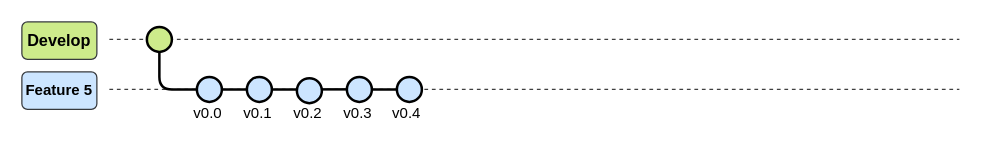
The draw.io diagram page "Feature5" (2 of 2) of 03_ImagenesRepo/01_GitFlow.drawio in LEOSZ8/Tesis_Msc_LSZ, before the edit. Source tidied: cells renumbered, new cells numbered last; positions are measured from the earlier drawing's top-left corner, leaving out a move shared by most shapes. Both pictures are drawn from the tidied source at 125%, with x=0, y=0 at pixel (21, 21).
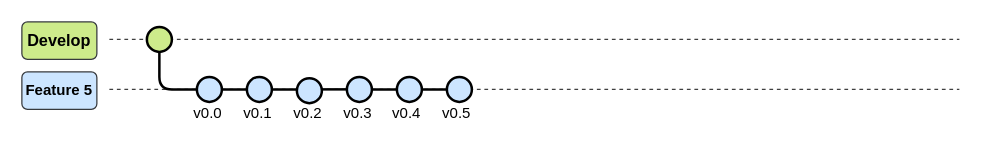
The same page after the edit.

The change refers to these unchanged cells:
```xml
<mxCell id="20" style="ellipse;whiteSpace=wrap;html=1;fillColor=#cce5ff;strokeColor=#000000;strokeWidth=2;" parent="1" vertex="1">
  <mxGeometry x="300" y="44" width="20" height="20" as="geometry" />
</mxCell>
```

Change to the diagram source:
```diff
@@
+    <mxCell id="22" style="edgeStyle=orthogonalEdgeStyle;rounded=0;jettySize=auto;html=1;endArrow=none;startFill=0;strokeWidth=2;" parent="1" edge="1" source="20" target="23">
+      <mxGeometry relative="1" as="geometry" />
+    </mxCell>
@@
+    <mxCell id="23" style="ellipse;whiteSpace=wrap;html=1;fillColor=#cce5ff;strokeColor=#000000;strokeWidth=2;" parent="1" vertex="1">
+      <mxGeometry x="340" y="44" width="20" height="20" as="geometry" />
+    </mxCell>
+    <mxCell id="24" value="v0.5" style="text;html=1;align=center;verticalAlign=middle;whiteSpace=wrap;rounded=0;" parent="1" vertex="1">
+      <mxGeometry x="333" y="67" width="30" height="12" as="geometry" />
+    </mxCell>
```
